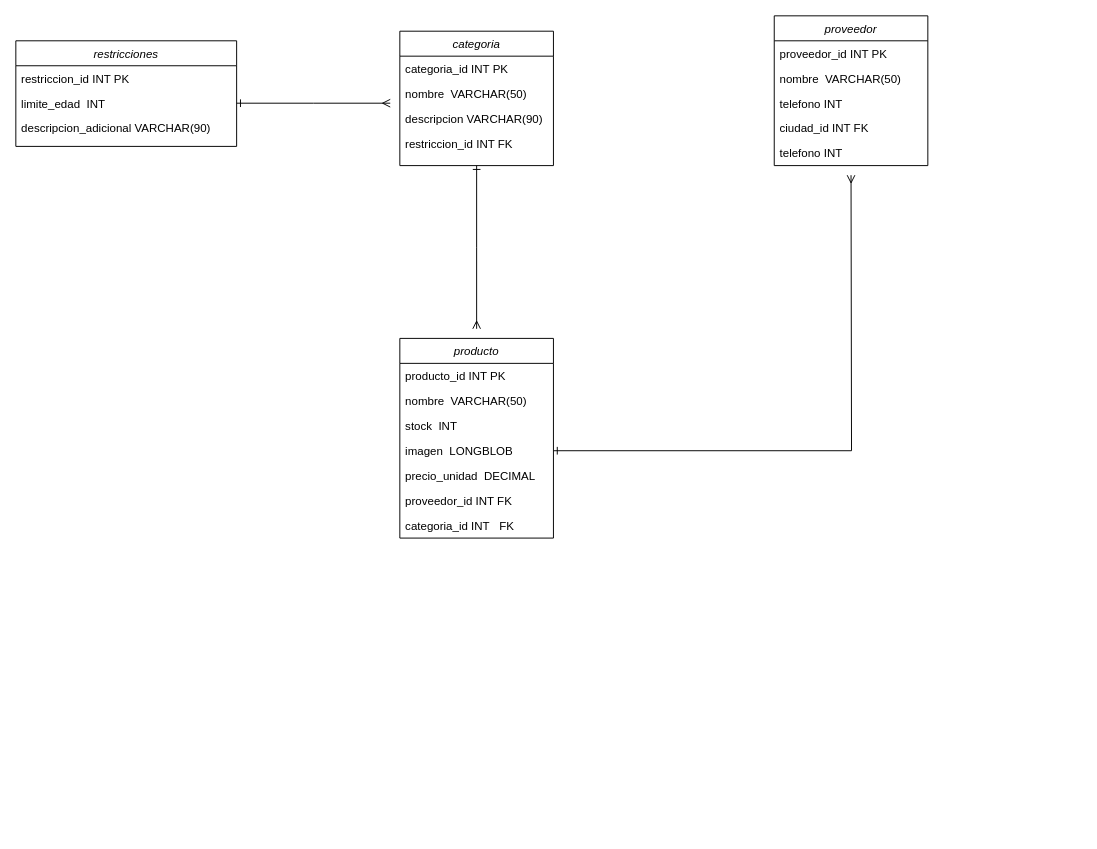
Angel-ISO/Diagramas keeps this draw.io diagram as DiagramaRelacional(proyecto final).drawio. Above is the earlier version. Source tidied: cells renumbered, new cells numbered last; positions are measured from the earlier drawing's top-left corner, leaving out a move shared by most shapes. Both pictures are drawn from the tidied source at 96%, with x=0, y=0 at pixel (15, 15).
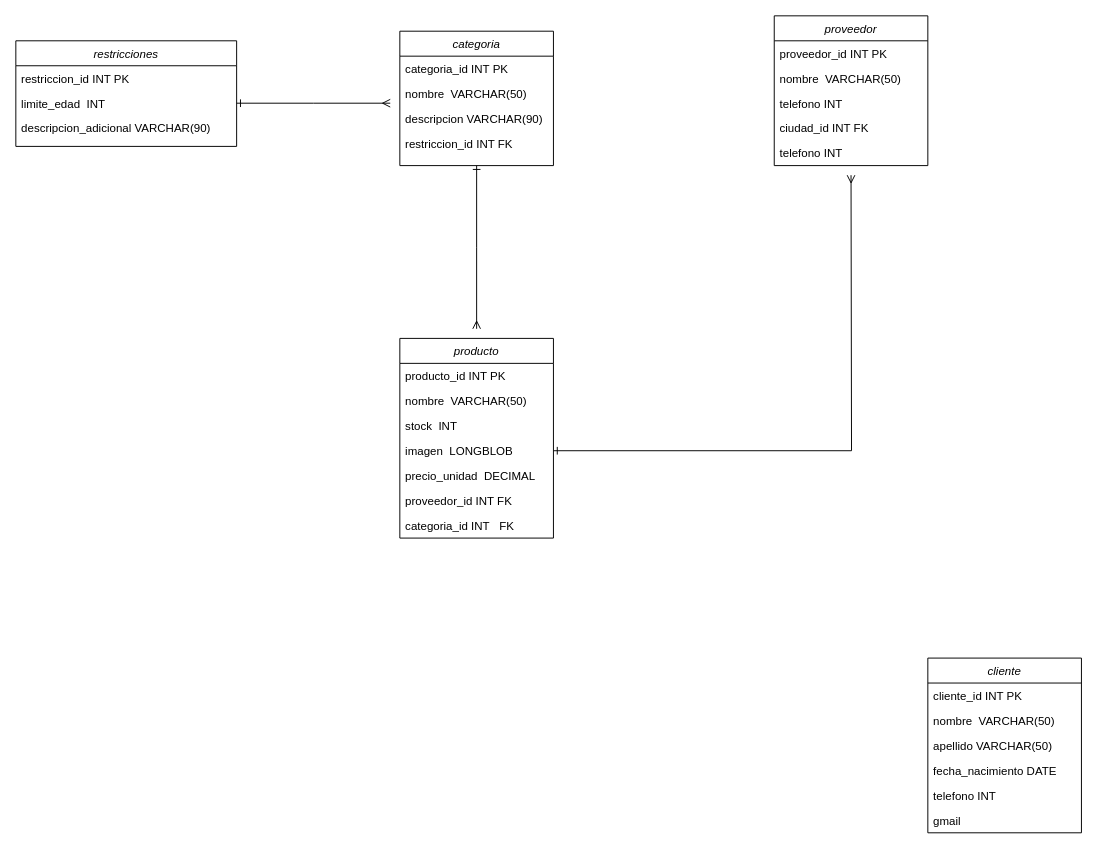
The same page after the edit.

What changed in the source:
```diff
@@
+    <mxCell id="28" value="cliente" style="swimlane;fontStyle=2;align=center;verticalAlign=top;horizontal=1;startSize=26;rounded=0;shadow=0;strokeWidth=1;" parent="1" vertex="1">
+      <mxGeometry x="950" y="669" width="160" height="182" as="geometry" />
+    </mxCell>
+    <mxCell id="29" value="cliente_id INT PK" style="text;align=left;verticalAlign=top;spacingLeft=4;spacingRight=4;overflow=hidden;" parent="28" vertex="1">
+      <mxGeometry y="26" width="160" height="26" as="geometry" />
+    </mxCell>
+    <mxCell id="30" value="nombre  VARCHAR(50)" style="text;align=left;verticalAlign=top;spacingLeft=4;spacingRight=4;overflow=hidden;rounded=0;shadow=0;html=0;" parent="28" vertex="1">
+      <mxGeometry y="52" width="160" height="26" as="geometry" />
+    </mxCell>
+    <mxCell id="31" value="apellido VARCHAR(50)" style="text;align=left;verticalAlign=top;spacingLeft=4;spacingRight=4;overflow=hidden;rounded=0;shadow=0;html=0;" parent="28" vertex="1">
+      <mxGeometry y="78" width="160" height="26" as="geometry" />
+    </mxCell>
+    <mxCell id="32" value="fecha_nacimiento DATE" style="text;align=left;verticalAlign=top;spacingLeft=4;spacingRight=4;overflow=hidden;rounded=0;shadow=0;html=0;" parent="28" vertex="1">
+      <mxGeometry y="104" width="160" height="26" as="geometry" />
+    </mxCell>
+    <mxCell id="33" value="telefono INT" style="text;align=left;verticalAlign=top;spacingLeft=4;spacingRight=4;overflow=hidden;rounded=0;shadow=0;html=0;" parent="28" vertex="1">
+      <mxGeometry y="130" width="160" height="26" as="geometry" />
+    </mxCell>
+    <mxCell id="34" value="gmail" style="text;align=left;verticalAlign=top;spacingLeft=4;spacingRight=4;overflow=hidden;rounded=0;shadow=0;html=0;" parent="28" vertex="1">
+      <mxGeometry y="156" width="160" height="26" as="geometry" />
+    </mxCell>
```
